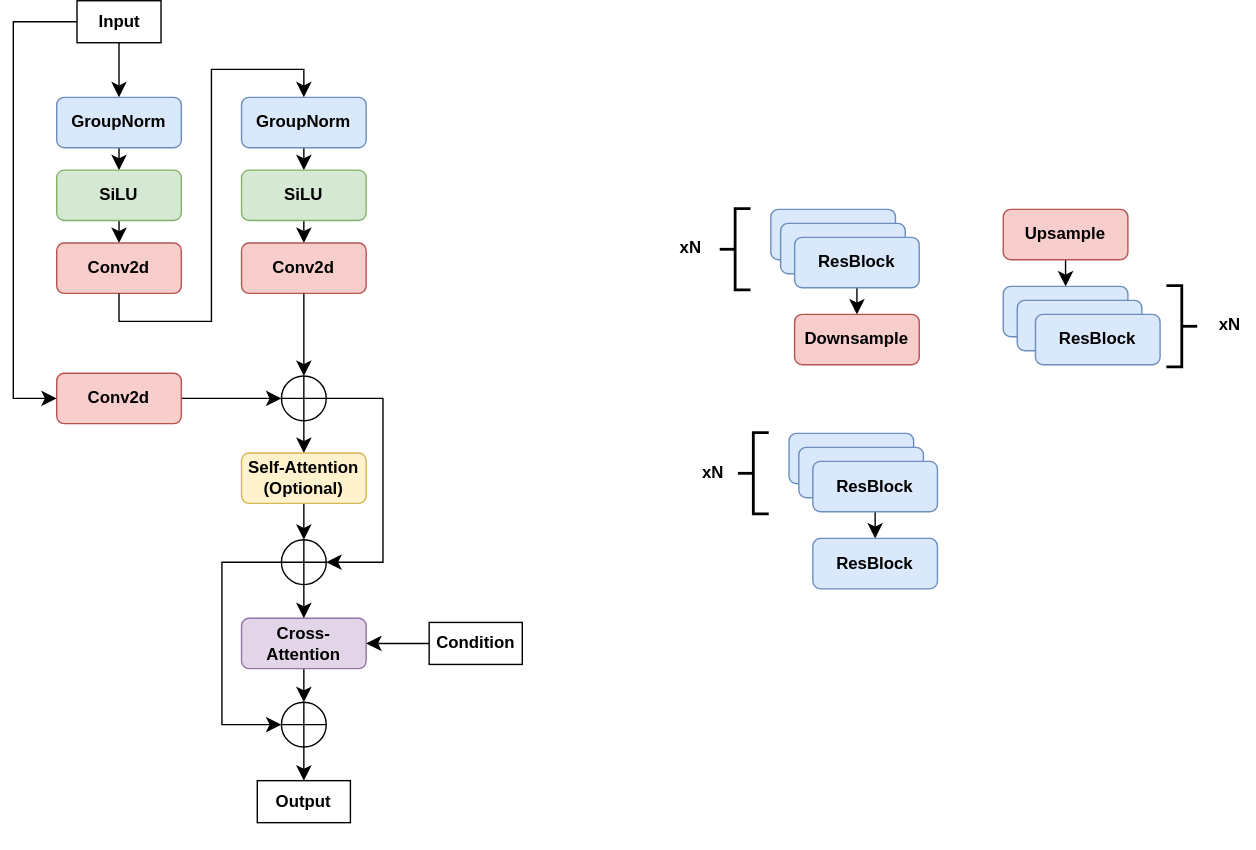
Before: files/up-block.svg, a diagram exported from draw.io (abdelnour13/my_kaggle_notebooks). Source tidied: cells renumbered, new cells last; positions are measured from the earlier drawing's top-left corner, leaving out a move shared by most shapes.
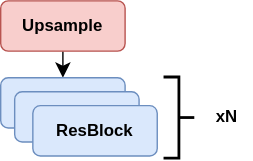
The same diagram one commit later.

Diff of the diagram source:
```diff
@@ -2,153 +2,6 @@
   <root>
     <mxCell id="0" />
     <mxCell id="1" parent="0" />
-    <mxCell id="2" style="group;" parent="1" vertex="1">
-      <mxGeometry width="405" height="606" as="geometry" />
-    </mxCell>
-    <mxCell id="3" style="group;" parent="2" vertex="1">
-      <mxGeometry x="31" y="69" width="374" height="537" as="geometry" />
-    </mxCell>
-    <mxCell id="4" style="edgeStyle=none;curved=1;rounded=0;jettySize=auto;html=1;exitX=0.5;exitY=1;exitDx=0;exitDy=0;entryX=0.5;entryY=0;entryDx=0;entryDy=0;fontSize=12;startSize=8;endSize=8;" parent="3" edge="1" source="5" target="7">
-      <mxGeometry relative="1" as="geometry" />
-    </mxCell>
-    <mxCell id="5" value="&lt;b&gt;GroupNorm&lt;/b&gt;" style="rounded=1;whiteSpace=wrap;html=1;fillColor=#dae8fc;strokeColor=#6c8ebf;" parent="3" vertex="1">
-      <mxGeometry width="89" height="36" as="geometry" />
-    </mxCell>
-    <mxCell id="6" style="edgeStyle=none;curved=1;rounded=0;jettySize=auto;html=1;exitX=0.5;exitY=1;exitDx=0;exitDy=0;entryX=0.5;entryY=0;entryDx=0;entryDy=0;fontSize=12;startSize=8;endSize=8;" parent="3" edge="1" source="7" target="8">
-      <mxGeometry relative="1" as="geometry" />
-    </mxCell>
-    <mxCell id="7" value="&lt;b&gt;SiLU&lt;/b&gt;" style="rounded=1;whiteSpace=wrap;html=1;fillColor=#d5e8d4;strokeColor=#82b366;" parent="3" vertex="1">
-      <mxGeometry y="52" width="89" height="36" as="geometry" />
-    </mxCell>
-    <mxCell id="8" value="&lt;b&gt;Conv2d&lt;/b&gt;" style="rounded=1;whiteSpace=wrap;html=1;fillColor=#f8cecc;strokeColor=#b85450;" parent="3" vertex="1">
-      <mxGeometry y="104" width="89" height="36" as="geometry" />
-    </mxCell>
-    <mxCell id="9" style="group;" parent="2" vertex="1">
-      <mxGeometry x="158" y="69" width="89" height="140" as="geometry" />
-    </mxCell>
-    <mxCell id="10" style="edgeStyle=none;curved=1;rounded=0;jettySize=auto;html=1;exitX=0.5;exitY=1;exitDx=0;exitDy=0;entryX=0.5;entryY=0;entryDx=0;entryDy=0;fontSize=12;startSize=8;endSize=8;" parent="9" edge="1" source="11" target="13">
-      <mxGeometry relative="1" as="geometry" />
-    </mxCell>
-    <mxCell id="11" value="&lt;b&gt;GroupNorm&lt;/b&gt;" style="rounded=1;whiteSpace=wrap;html=1;fillColor=#dae8fc;strokeColor=#6c8ebf;" parent="9" vertex="1">
-      <mxGeometry x="5" width="89" height="36" as="geometry" />
-    </mxCell>
-    <mxCell id="12" style="edgeStyle=none;curved=1;rounded=0;jettySize=auto;html=1;exitX=0.5;exitY=1;exitDx=0;exitDy=0;entryX=0.5;entryY=0;entryDx=0;entryDy=0;fontSize=12;startSize=8;endSize=8;" parent="9" edge="1" source="13" target="14">
-      <mxGeometry relative="1" as="geometry" />
-    </mxCell>
-    <mxCell id="13" value="&lt;b&gt;SiLU&lt;/b&gt;" style="rounded=1;whiteSpace=wrap;html=1;fillColor=#d5e8d4;strokeColor=#82b366;" parent="9" vertex="1">
-      <mxGeometry x="5" y="52" width="89" height="36" as="geometry" />
-    </mxCell>
-    <mxCell id="14" value="&lt;b&gt;Conv2d&lt;/b&gt;" style="rounded=1;whiteSpace=wrap;html=1;fillColor=#f8cecc;strokeColor=#b85450;" parent="9" vertex="1">
-      <mxGeometry x="5" y="104" width="89" height="36" as="geometry" />
-    </mxCell>
-    <mxCell id="15" style="edgeStyle=orthogonalEdgeStyle;rounded=0;jettySize=auto;html=1;exitX=0.5;exitY=1;exitDx=0;exitDy=0;entryX=0.5;entryY=0;entryDx=0;entryDy=0;fontSize=12;startSize=8;endSize=8;" parent="2" edge="1" source="8" target="11">
-      <mxGeometry relative="1" as="geometry" />
-    </mxCell>
-    <mxCell id="16" style="edgeStyle=none;curved=1;rounded=0;jettySize=auto;html=1;exitX=1;exitY=0.5;exitDx=0;exitDy=0;entryX=0;entryY=0.5;entryDx=0;entryDy=0;fontSize=12;startSize=8;endSize=8;" parent="2" edge="1" source="17" target="23">
-      <mxGeometry relative="1" as="geometry" />
-    </mxCell>
-    <mxCell id="17" value="&lt;b&gt;Conv2d&lt;/b&gt;" style="rounded=1;whiteSpace=wrap;html=1;fillColor=#f8cecc;strokeColor=#b85450;" parent="2" vertex="1">
-      <mxGeometry x="31" y="266" width="89" height="36" as="geometry" />
-    </mxCell>
-    <mxCell id="18" style="edgeStyle=none;curved=1;rounded=0;jettySize=auto;html=1;exitX=0.5;exitY=1;exitDx=0;exitDy=0;entryX=0.5;entryY=0;entryDx=0;entryDy=0;fontSize=12;startSize=8;endSize=8;" parent="2" edge="1" source="20" target="5">
-      <mxGeometry relative="1" as="geometry" />
-    </mxCell>
-    <mxCell id="19" style="edgeStyle=orthogonalEdgeStyle;rounded=0;jettySize=auto;html=1;exitX=0;exitY=0.5;exitDx=0;exitDy=0;entryX=0;entryY=0.5;entryDx=0;entryDy=0;fontSize=12;startSize=8;endSize=8;" parent="2" edge="1" source="20" target="17">
-      <mxGeometry relative="1" as="geometry">
-        <Array as="points">
-          <mxPoint y="15" />
-          <mxPoint y="284" />
-        </Array>
-      </mxGeometry>
-    </mxCell>
-    <mxCell id="20" value="&lt;b&gt;Input&lt;/b&gt;" style="text;html=1;whiteSpace=wrap;strokeColor=default;fillColor=none;align=center;verticalAlign=middle;rounded=0;" parent="2" vertex="1">
-      <mxGeometry x="45.5" width="60" height="30" as="geometry" />
-    </mxCell>
-    <mxCell id="21" style="edgeStyle=none;curved=1;rounded=0;jettySize=auto;html=1;exitX=0.5;exitY=1;exitDx=0;exitDy=0;entryX=0.5;entryY=0;entryDx=0;entryDy=0;fontSize=12;startSize=8;endSize=8;" parent="2" edge="1" source="23" target="26">
-      <mxGeometry relative="1" as="geometry" />
-    </mxCell>
-    <mxCell id="22" style="edgeStyle=orthogonalEdgeStyle;rounded=0;jettySize=auto;html=1;entryX=1;entryY=0.5;entryDx=0;entryDy=0;fontSize=12;startSize=8;endSize=8;" parent="2" edge="1" source="23" target="31">
-      <mxGeometry relative="1" as="geometry">
-        <Array as="points">
-          <mxPoint x="264" y="284" />
-          <mxPoint x="264" y="401" />
-        </Array>
-      </mxGeometry>
-    </mxCell>
-    <mxCell id="23" style="shape=orEllipse;perimeter=ellipsePerimeter;whiteSpace=wrap;html=1;backgroundOutline=1;" parent="2" vertex="1">
-      <mxGeometry x="191.5" y="268" width="32" height="32" as="geometry" />
-    </mxCell>
-    <mxCell id="24" style="edgeStyle=none;curved=1;rounded=0;jettySize=auto;html=1;exitX=0.5;exitY=1;exitDx=0;exitDy=0;entryX=0.5;entryY=0;entryDx=0;entryDy=0;fontSize=12;startSize=8;endSize=8;" parent="2" edge="1" source="14" target="23">
-      <mxGeometry relative="1" as="geometry" />
-    </mxCell>
-    <mxCell id="25" style="edgeStyle=none;curved=1;rounded=0;jettySize=auto;html=1;exitX=0.5;exitY=1;exitDx=0;exitDy=0;entryX=0.5;entryY=0;entryDx=0;entryDy=0;fontSize=12;startSize=8;endSize=8;" parent="2" edge="1" source="26" target="31">
-      <mxGeometry relative="1" as="geometry" />
-    </mxCell>
-    <mxCell id="26" value="&lt;b&gt;Self-Attention (Optional)&lt;/b&gt;" style="rounded=1;whiteSpace=wrap;html=1;fillColor=#fff2cc;strokeColor=#d6b656;" parent="2" vertex="1">
-      <mxGeometry x="163" y="323" width="89" height="36" as="geometry" />
-    </mxCell>
-    <mxCell id="27" style="edgeStyle=none;curved=1;rounded=0;jettySize=auto;html=1;exitX=0.5;exitY=1;exitDx=0;exitDy=0;entryX=0.5;entryY=0;entryDx=0;entryDy=0;fontSize=12;startSize=8;endSize=8;" parent="2" edge="1" source="28" target="33">
-      <mxGeometry relative="1" as="geometry" />
-    </mxCell>
-    <mxCell id="28" value="&lt;b&gt;Cross-Attention&lt;/b&gt;" style="rounded=1;whiteSpace=wrap;html=1;fillColor=#e1d5e7;strokeColor=#9673a6;" parent="2" vertex="1">
-      <mxGeometry x="163" y="441" width="89" height="36" as="geometry" />
-    </mxCell>
-    <mxCell id="29" style="edgeStyle=none;curved=1;rounded=0;jettySize=auto;html=1;exitX=0.5;exitY=1;exitDx=0;exitDy=0;entryX=0.5;entryY=0;entryDx=0;entryDy=0;fontSize=12;startSize=8;endSize=8;" parent="2" edge="1" source="31" target="28">
-      <mxGeometry relative="1" as="geometry" />
-    </mxCell>
-    <mxCell id="30" style="edgeStyle=orthogonalEdgeStyle;rounded=0;jettySize=auto;html=1;exitX=0;exitY=0.5;exitDx=0;exitDy=0;entryX=0;entryY=0.5;entryDx=0;entryDy=0;fontSize=12;startSize=8;endSize=8;" parent="2" edge="1" source="31" target="33">
-      <mxGeometry relative="1" as="geometry">
-        <Array as="points">
-          <mxPoint x="149" y="401" />
-          <mxPoint x="149" y="517" />
-        </Array>
-      </mxGeometry>
-    </mxCell>
-    <mxCell id="31" style="shape=orEllipse;perimeter=ellipsePerimeter;whiteSpace=wrap;html=1;backgroundOutline=1;" parent="2" vertex="1">
-      <mxGeometry x="191.5" y="385" width="32" height="32" as="geometry" />
-    </mxCell>
-    <mxCell id="32" style="edgeStyle=none;curved=1;rounded=0;jettySize=auto;html=1;exitX=0.5;exitY=1;exitDx=0;exitDy=0;entryX=0.5;entryY=0;entryDx=0;entryDy=0;fontSize=12;startSize=8;endSize=8;" parent="2" edge="1" source="33" target="36">
-      <mxGeometry relative="1" as="geometry" />
-    </mxCell>
-    <mxCell id="33" style="shape=orEllipse;perimeter=ellipsePerimeter;whiteSpace=wrap;html=1;backgroundOutline=1;" parent="2" vertex="1">
-      <mxGeometry x="191.5" y="501" width="32" height="32" as="geometry" />
-    </mxCell>
-    <mxCell id="34" style="edgeStyle=none;curved=1;rounded=0;jettySize=auto;html=1;exitX=0;exitY=0.5;exitDx=0;exitDy=0;entryX=1;entryY=0.5;entryDx=0;entryDy=0;fontSize=12;startSize=8;endSize=8;" parent="2" edge="1" source="35" target="28">
-      <mxGeometry relative="1" as="geometry" />
-    </mxCell>
-    <mxCell id="35" value="&lt;b&gt;Condition&lt;/b&gt;" style="text;html=1;whiteSpace=wrap;strokeColor=default;fillColor=none;align=center;verticalAlign=middle;rounded=0;" parent="2" vertex="1">
-      <mxGeometry x="297" y="444" width="66.5" height="30" as="geometry" />
-    </mxCell>
-    <mxCell id="36" value="&lt;b&gt;Output&lt;/b&gt;" style="text;html=1;whiteSpace=wrap;strokeColor=default;fillColor=none;align=center;verticalAlign=middle;rounded=0;" parent="2" vertex="1">
-      <mxGeometry x="174.2" y="557" width="66.5" height="30" as="geometry" />
-    </mxCell>
-    <mxCell id="37" style="group;" parent="1" vertex="1">
-      <mxGeometry x="466" y="149" width="181" height="111" as="geometry" />
-    </mxCell>
-    <mxCell id="38" value="&lt;b&gt;ResBlock&lt;/b&gt;" style="rounded=1;whiteSpace=wrap;html=1;fillColor=#dae8fc;strokeColor=#6c8ebf;" parent="37" vertex="1">
-      <mxGeometry x="75" width="89" height="36" as="geometry" />
-    </mxCell>
-    <mxCell id="39" value="&lt;b&gt;ResBlock&lt;/b&gt;" style="rounded=1;whiteSpace=wrap;html=1;fillColor=#dae8fc;strokeColor=#6c8ebf;" parent="37" vertex="1">
-      <mxGeometry x="82" y="10" width="89" height="36" as="geometry" />
-    </mxCell>
-    <mxCell id="40" style="edgeStyle=none;curved=1;rounded=0;jettySize=auto;html=1;exitX=0.5;exitY=1;exitDx=0;exitDy=0;entryX=0.5;entryY=0;entryDx=0;entryDy=0;fontSize=12;startSize=8;endSize=8;" parent="37" edge="1" source="41" target="42">
-      <mxGeometry relative="1" as="geometry" />
-    </mxCell>
-    <mxCell id="41" value="&lt;b&gt;ResBlock&lt;/b&gt;" style="rounded=1;whiteSpace=wrap;html=1;fillColor=#dae8fc;strokeColor=#6c8ebf;" parent="37" vertex="1">
-      <mxGeometry x="92" y="20" width="89" height="36" as="geometry" />
-    </mxCell>
-    <mxCell id="42" value="&lt;b&gt;Downsample&lt;/b&gt;" style="rounded=1;whiteSpace=wrap;html=1;fillColor=#f8cecc;strokeColor=#b85450;" parent="37" vertex="1">
-      <mxGeometry x="92" y="75" width="89" height="36" as="geometry" />
-    </mxCell>
-    <mxCell id="43" style="strokeWidth=2;html=1;shape=mxgraph.flowchart.annotation_2;align=left;labelPosition=right;" parent="37" vertex="1">
-      <mxGeometry x="39" width="22" height="58" as="geometry" />
-    </mxCell>
-    <mxCell id="44" value="&lt;b&gt;xN&lt;/b&gt;" style="text;html=1;whiteSpace=wrap;strokeColor=none;fillColor=none;align=center;verticalAlign=middle;rounded=0;" parent="37" vertex="1">
-      <mxGeometry y="13" width="36" height="30" as="geometry" />
-    </mxCell>
-    <mxCell id="45" style="edgeStyle=none;curved=1;rounded=0;orthogonalLoop=1;jettySize=auto;html=1;exitX=0.25;exitY=1;exitDx=0;exitDy=0;fontSize=12;startSize=8;endSize=8;" parent="37" edge="1" source="44" target="44">
-      <mxGeometry relative="1" as="geometry" />
-    </mxCell>
     <mxCell id="46" style="group;" parent="1" vertex="1">
       <mxGeometry x="707" y="149" width="180" height="113" as="geometry" />
     </mxCell>
@@ -173,35 +26,5 @@
     <mxCell id="53" value="&lt;b&gt;xN&lt;/b&gt;" style="text;html=1;whiteSpace=wrap;strokeColor=none;fillColor=none;align=center;verticalAlign=middle;rounded=0;" parent="46" vertex="1">
       <mxGeometry x="144" y="68" width="36" height="30" as="geometry" />
     </mxCell>
-    <mxCell id="54" style="group;" parent="1" vertex="1">
-      <mxGeometry x="482" y="309" width="178" height="111" as="geometry" />
-    </mxCell>
-    <mxCell id="55" value="&lt;b&gt;ResBlock&lt;/b&gt;" style="rounded=1;whiteSpace=wrap;html=1;fillColor=#dae8fc;strokeColor=#6c8ebf;" parent="54" vertex="1">
-      <mxGeometry x="72" width="89" height="36" as="geometry" />
-    </mxCell>
-    <mxCell id="56" value="&lt;b&gt;ResBlock&lt;/b&gt;" style="rounded=1;whiteSpace=wrap;html=1;fillColor=#dae8fc;strokeColor=#6c8ebf;" parent="54" vertex="1">
-      <mxGeometry x="79" y="10" width="89" height="36" as="geometry" />
-    </mxCell>
-    <mxCell id="57" style="edgeStyle=none;curved=1;rounded=0;jettySize=auto;html=1;exitX=0.5;exitY=1;exitDx=0;exitDy=0;entryX=0.5;entryY=0;entryDx=0;entryDy=0;fontSize=12;startSize=8;endSize=8;" parent="54" edge="1" source="58" target="59">
-      <mxGeometry relative="1" as="geometry" />
-    </mxCell>
-    <mxCell id="58" value="&lt;b&gt;ResBlock&lt;/b&gt;" style="rounded=1;whiteSpace=wrap;html=1;fillColor=#dae8fc;strokeColor=#6c8ebf;" parent="54" vertex="1">
-      <mxGeometry x="89" y="20" width="89" height="36" as="geometry" />
-    </mxCell>
-    <mxCell id="59" value="&lt;b&gt;ResBlock&lt;/b&gt;" style="rounded=1;whiteSpace=wrap;html=1;fillColor=#dae8fc;strokeColor=#6c8ebf;" parent="54" vertex="1">
-      <mxGeometry x="89" y="75" width="89" height="36" as="geometry" />
-    </mxCell>
-    <mxCell id="60" style="strokeWidth=2;html=1;shape=mxgraph.flowchart.annotation_2;align=left;labelPosition=right;" parent="54" vertex="1">
-      <mxGeometry x="36" width="22" height="58" as="geometry" />
-    </mxCell>
-    <mxCell id="61" style="edgeStyle=none;curved=1;rounded=0;orthogonalLoop=1;jettySize=auto;html=1;exitX=0.25;exitY=1;exitDx=0;exitDy=0;fontSize=12;startSize=8;endSize=8;" parent="54" edge="1">
-      <mxGeometry relative="1" as="geometry">
-        <mxPoint x="6" y="43" as="sourcePoint" />
-        <mxPoint x="6" y="43" as="targetPoint" />
-      </mxGeometry>
-    </mxCell>
-    <mxCell id="62" value="&lt;b&gt;xN&lt;/b&gt;" style="text;html=1;whiteSpace=wrap;strokeColor=none;fillColor=none;align=center;verticalAlign=middle;rounded=0;" parent="54" vertex="1">
-      <mxGeometry y="13" width="36" height="30" as="geometry" />
-    </mxCell>
   </root>
 </mxGraphModel>
```
